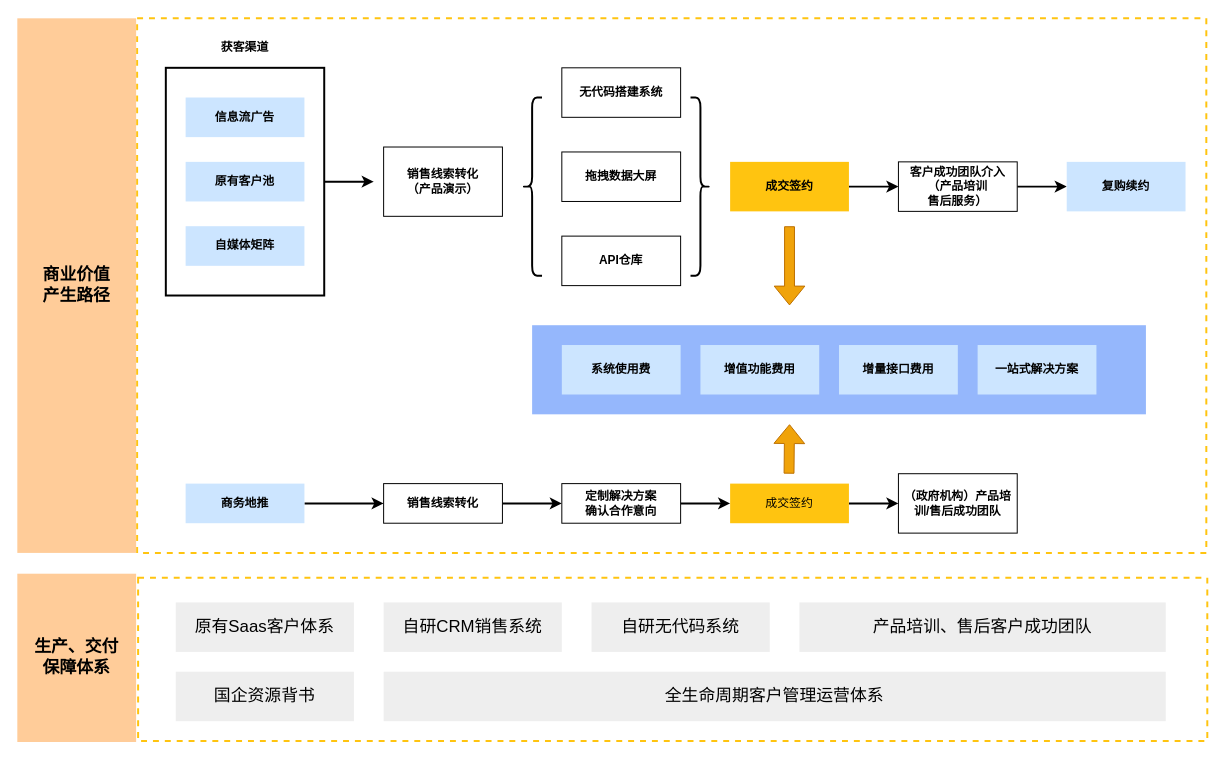
Xiaodaoye/za keeps this draw.io diagram as Untitled Diagram.drawio. Above is the earlier version. Source tidied: cells renumbered, new cells numbered last; positions are measured from the earlier drawing's top-left corner, leaving out a move shared by most shapes. Both pictures are drawn from the tidied source at 99%, with x=0, y=0 at pixel (17, 18).
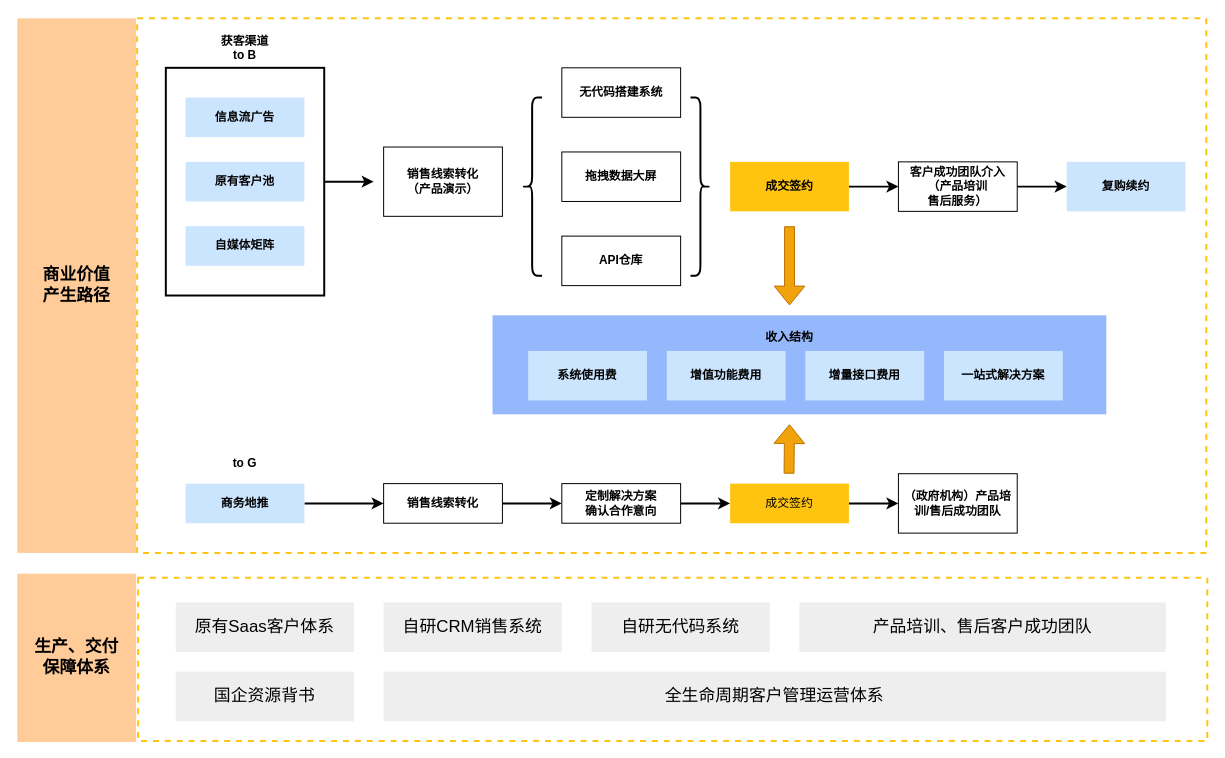
The same page after the edit.

The edit, as a diff of the source:
```diff
@@
     <mxCell id="3" style="rounded=0;whiteSpace=wrap;html=1;fillColor=#95B7FC;strokeColor=none;" parent="1" vertex="1">
-      <mxGeometry x="520" y="310" width="620" height="90" as="geometry" />
+      <mxGeometry x="480" y="300" width="620" height="100" as="geometry" />
     </mxCell>
@@
-    <mxCell id="7" value="获客渠道" style="text;html=1;strokeColor=none;fillColor=none;align=center;verticalAlign=middle;whiteSpace=wrap;rounded=0;fontStyle=1;" parent="1" vertex="1">
+    <mxCell id="7" value="获客渠道&lt;br&gt;to B" style="text;html=1;strokeColor=none;fillColor=none;align=center;verticalAlign=middle;whiteSpace=wrap;rounded=0;fontStyle=1;" parent="1" vertex="1">
       <mxGeometry x="200" y="20" width="60" height="20" as="geometry" />
     </mxCell>
@@
     <mxCell id="19" value="系统使用费" style="rounded=0;whiteSpace=wrap;html=1;fillColor=#cce5ff;strokeColor=none;fontStyle=1;" parent="1" vertex="1">
-      <mxGeometry x="550" y="330" width="120" height="50" as="geometry" />
+      <mxGeometry x="516" y="336" width="120" height="50" as="geometry" />
     </mxCell>
     <mxCell id="20" value="增值功能费用" style="rounded=0;whiteSpace=wrap;html=1;fillColor=#cce5ff;strokeColor=none;fontStyle=1;" parent="1" vertex="1">
-      <mxGeometry x="690" y="330" width="120" height="50" as="geometry" />
+      <mxGeometry x="656" y="336" width="120" height="50" as="geometry" />
     </mxCell>
     <mxCell id="21" value="增量接口费用" style="rounded=0;whiteSpace=wrap;html=1;fillColor=#cce5ff;strokeColor=none;fontStyle=1;" parent="1" vertex="1">
-      <mxGeometry x="830" y="330" width="120" height="50" as="geometry" />
+      <mxGeometry x="796" y="336" width="120" height="50" as="geometry" />
     </mxCell>
     <mxCell id="22" value="一站式解决方案" style="rounded=0;whiteSpace=wrap;html=1;fillColor=#cce5ff;strokeColor=none;fontStyle=1;" parent="1" vertex="1">
-      <mxGeometry x="970" y="330" width="120" height="50" as="geometry" />
+      <mxGeometry x="936" y="336" width="120" height="50" as="geometry" />
     </mxCell>
@@
+    <mxCell id="45" value="to G" style="text;html=1;strokeColor=none;fillColor=none;align=center;verticalAlign=middle;whiteSpace=wrap;rounded=0;fontStyle=1;" parent="1" vertex="1">
+      <mxGeometry x="200" y="440" width="60" height="20" as="geometry" />
+    </mxCell>
+    <mxCell id="46" value="收入结构" style="text;html=1;strokeColor=none;fillColor=none;align=center;verticalAlign=middle;whiteSpace=wrap;rounded=0;fontStyle=1;" parent="1" vertex="1">
+      <mxGeometry x="750" y="312" width="60" height="20" as="geometry" />
+    </mxCell>
```
